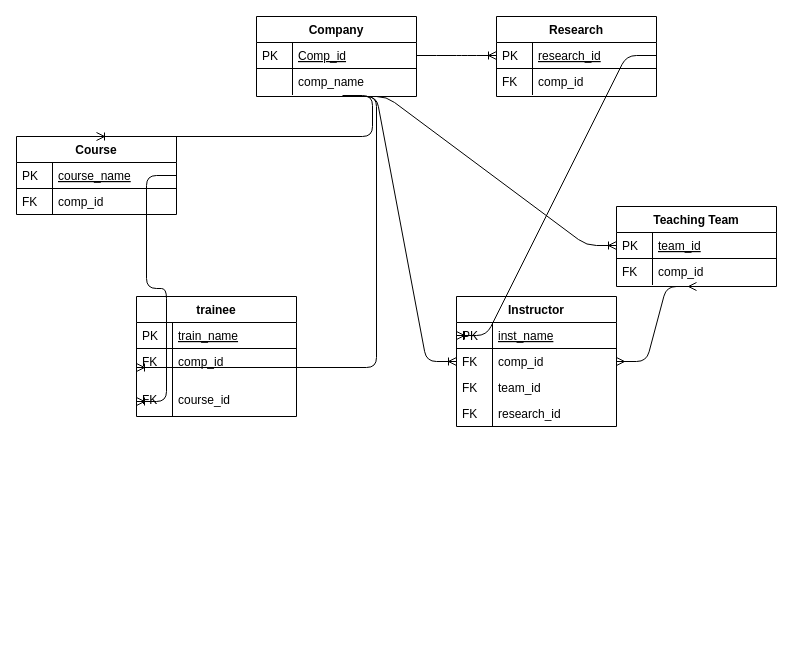
Earlier version of the draw.io diagram 4.drawio (ssd32033/Dteam). Source tidied: cells renumbered, new cells numbered last; positions are measured from the earlier drawing's top-left corner, leaving out a move shared by most shapes. Both pictures are drawn from the tidied source at 100%, with x=0, y=0 at pixel (16, 16).
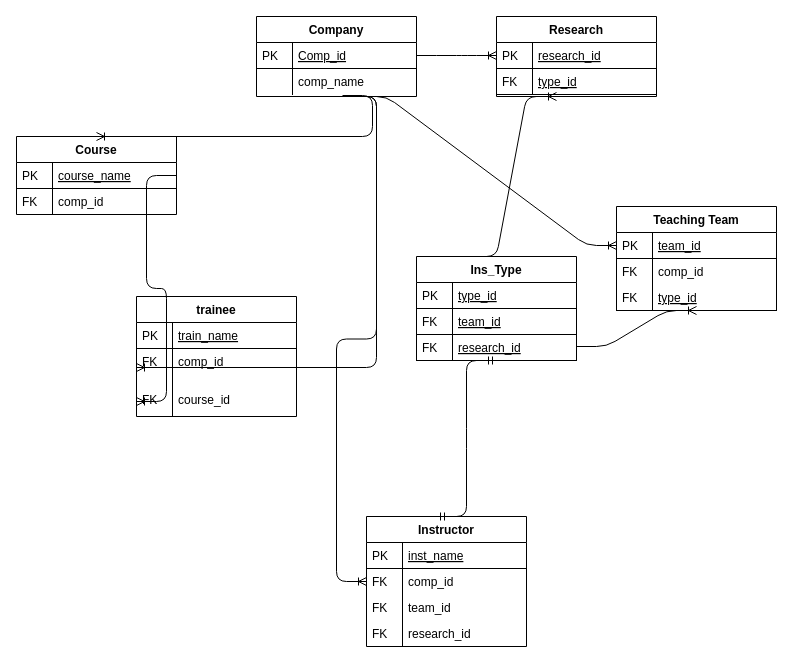
Above is the later version.

The change refers to these unchanged cells:
```xml
<mxCell id="13" value="inst_name" style="shape=partialRectangle;top=0;left=0;right=0;bottom=1;align=left;verticalAlign=top;fillColor=none;spacingLeft=40;spacingRight=4;overflow=hidden;points=[[0,0.5],[1,0.5]];portConstraint=eastwest;rounded=0;shadow=0;strokeWidth=1;fontStyle=4;" parent="12" vertex="1">
  <mxGeometry y="26" width="160" height="26" as="geometry" />
</mxCell>
<mxCell id="15" value="comp_id" style="shape=partialRectangle;top=0;left=0;right=0;bottom=0;align=left;verticalAlign=top;fillColor=none;spacingLeft=40;spacingRight=4;overflow=hidden;points=[[0,0.5],[1,0.5]];portConstraint=eastwest;rounded=0;shadow=0;strokeWidth=1;" parent="12" vertex="1">
  <mxGeometry y="52" width="160" height="26" as="geometry" />
</mxCell>
<mxCell id="39" value="Research" style="swimlane;fontStyle=1;horizontal=1;startSize=26;rounded=0;shadow=0;strokeWidth=1;" parent="1" vertex="1">
  <mxGeometry x="480" width="160" height="80" as="geometry" />
</mxCell>
<mxCell id="40" value="research_id" style="shape=partialRectangle;top=0;left=0;right=0;bottom=1;align=left;verticalAlign=top;fillColor=none;spacingLeft=40;spacingRight=4;overflow=hidden;points=[[0,0.5],[1,0.5]];portConstraint=eastwest;rounded=0;shadow=0;strokeWidth=1;fontStyle=4;" parent="39" vertex="1">
  <mxGeometry y="26" width="160" height="26" as="geometry" />
</mxCell>
```

The edit, as a diff of the source:
```diff
@@
     <mxCell id="12" value="Instructor" style="swimlane;fontStyle=1;horizontal=1;startSize=26;rounded=0;shadow=0;strokeWidth=1;" parent="1" vertex="1">
-      <mxGeometry x="440" y="280" width="160" height="130" as="geometry" />
+      <mxGeometry x="350" y="500" width="160" height="130" as="geometry" />
     </mxCell>
@@
     <mxCell id="28" value="Teaching Team" style="swimlane;fontStyle=1;horizontal=1;startSize=26;rounded=0;shadow=0;strokeWidth=1;" parent="1" vertex="1">
-      <mxGeometry x="600" y="190" width="160" height="80" as="geometry" />
+      <mxGeometry x="600" y="190" width="160" height="104" as="geometry" />
     </mxCell>
@@
+    <mxCell id="46" style="edgeStyle=entityRelationEdgeStyle;fontSize=12;html=1;endArrow=ERoneToMany;entryX=0.5;entryY=1;entryDx=0;entryDy=0;" parent="28" edge="1" target="28">
+      <mxGeometry relative="1" as="geometry">
+        <mxPoint x="-40" y="140" as="sourcePoint" />
+      </mxGeometry>
+    </mxCell>
+    <mxCell id="47" value="type_id&#10;" style="shape=partialRectangle;top=0;left=0;right=0;bottom=1;align=left;verticalAlign=top;fillColor=none;spacingLeft=40;spacingRight=4;overflow=hidden;rounded=0;shadow=0;strokeWidth=1;fontStyle=4;" parent="28" vertex="1">
+      <mxGeometry y="78" width="160" height="26" as="geometry" />
+    </mxCell>
+    <mxCell id="48" value="FK" style="shape=partialRectangle;top=0;left=0;bottom=0;fillColor=none;align=left;verticalAlign=top;spacingLeft=4;spacingRight=4;overflow=hidden;" parent="47" vertex="1">
+      <mxGeometry width="36" height="26" as="geometry" />
+    </mxCell>
@@
-    <mxCell id="38" style="edgeStyle=entityRelationEdgeStyle;fontSize=12;html=1;endArrow=ERmany;startArrow=ERmany;entryX=0.5;entryY=1;entryDx=0;entryDy=0;exitX=1;exitY=0.5;exitDx=0;exitDy=0;" parent="1" edge="1" source="15" target="28">
-      <mxGeometry relative="1" as="geometry" />
-    </mxCell>
@@
-    <mxCell id="42" value="comp_id" style="shape=partialRectangle;top=0;left=0;right=0;bottom=0;align=left;verticalAlign=top;fillColor=none;spacingLeft=40;spacingRight=4;overflow=hidden;rounded=0;shadow=0;strokeWidth=1;" parent="39" vertex="1">
-      <mxGeometry y="52" width="160" height="26" as="geometry" />
-    </mxCell>
-    <mxCell id="43" value="FK" style="shape=partialRectangle;top=0;left=0;bottom=0;fillColor=none;align=left;verticalAlign=top;spacingLeft=4;spacingRight=4;overflow=hidden;" parent="42" vertex="1">
-      <mxGeometry width="36" height="26" as="geometry" />
-    </mxCell>
+    <mxCell id="49" value="type_id&#10;" style="shape=partialRectangle;top=0;left=0;right=0;bottom=1;align=left;verticalAlign=top;fillColor=none;spacingLeft=40;spacingRight=4;overflow=hidden;rounded=0;shadow=0;strokeWidth=1;fontStyle=4;" parent="39" vertex="1">
+      <mxGeometry y="52" width="160" height="26" as="geometry" />
+    </mxCell>
+    <mxCell id="50" value="FK" style="shape=partialRectangle;top=0;left=0;bottom=0;fillColor=none;align=left;verticalAlign=top;spacingLeft=4;spacingRight=4;overflow=hidden;" parent="49" vertex="1">
+      <mxGeometry width="36" height="26" as="geometry" />
+    </mxCell>
@@
-    <mxCell id="45" style="edgeStyle=entityRelationEdgeStyle;fontSize=12;html=1;endArrow=ERoneToMany;entryX=0;entryY=0.5;entryDx=0;entryDy=0;exitX=1;exitY=0.5;exitDx=0;exitDy=0;" parent="1" edge="1" source="40" target="13">
-      <mxGeometry relative="1" as="geometry" />
-    </mxCell>
+    <mxCell id="51" value="Ins_Type" style="swimlane;fontStyle=1;horizontal=1;startSize=26;rounded=0;shadow=0;strokeWidth=1;" parent="1" vertex="1">
+      <mxGeometry x="400" y="240" width="160" height="104" as="geometry" />
+    </mxCell>
+    <mxCell id="52" value="type_id&#10;" style="shape=partialRectangle;top=0;left=0;right=0;bottom=1;align=left;verticalAlign=top;fillColor=none;spacingLeft=40;spacingRight=4;overflow=hidden;rounded=0;shadow=0;strokeWidth=1;fontStyle=4;" parent="51" vertex="1">
+      <mxGeometry y="26" width="160" height="26" as="geometry" />
+    </mxCell>
+    <mxCell id="53" value="PK" style="shape=partialRectangle;top=0;left=0;bottom=0;fillColor=none;align=left;verticalAlign=top;spacingLeft=4;spacingRight=4;overflow=hidden;" parent="52" vertex="1">
+      <mxGeometry width="36" height="26" as="geometry" />
+    </mxCell>
+    <mxCell id="54" value="team_id" style="shape=partialRectangle;top=0;left=0;right=0;bottom=1;align=left;verticalAlign=top;fillColor=none;spacingLeft=40;spacingRight=4;overflow=hidden;rounded=0;shadow=0;strokeWidth=1;fontStyle=4;" parent="51" vertex="1">
+      <mxGeometry y="52" width="160" height="26" as="geometry" />
+    </mxCell>
+    <mxCell id="55" value="FK" style="shape=partialRectangle;top=0;left=0;bottom=0;fillColor=none;align=left;verticalAlign=top;spacingLeft=4;spacingRight=4;overflow=hidden;" parent="54" vertex="1">
+      <mxGeometry width="36" height="26" as="geometry" />
+    </mxCell>
+    <mxCell id="56" value="research_id" style="shape=partialRectangle;top=0;left=0;right=0;bottom=1;align=left;verticalAlign=top;fillColor=none;spacingLeft=40;spacingRight=4;overflow=hidden;rounded=0;shadow=0;strokeWidth=1;fontStyle=4;" parent="51" vertex="1">
+      <mxGeometry y="78" width="160" height="26" as="geometry" />
+    </mxCell>
+    <mxCell id="57" value="FK" style="shape=partialRectangle;top=0;left=0;bottom=0;fillColor=none;align=left;verticalAlign=top;spacingLeft=4;spacingRight=4;overflow=hidden;" parent="56" vertex="1">
+      <mxGeometry width="36" height="26" as="geometry" />
+    </mxCell>
+    <mxCell id="58" style="edgeStyle=entityRelationEdgeStyle;fontSize=12;html=1;endArrow=ERmandOne;startArrow=ERmandOne;entryX=0.5;entryY=1;entryDx=0;entryDy=0;" parent="1" edge="1" target="51">
+      <mxGeometry relative="1" as="geometry">
+        <mxPoint x="420" y="500" as="sourcePoint" />
+      </mxGeometry>
+    </mxCell>
+    <mxCell id="59" style="edgeStyle=entityRelationEdgeStyle;fontSize=12;html=1;endArrow=ERoneToMany;entryX=0.375;entryY=1.077;entryDx=0;entryDy=0;entryPerimeter=0;" parent="1" edge="1">
+      <mxGeometry relative="1" as="geometry">
+        <mxPoint x="450" y="240" as="sourcePoint" />
+        <mxPoint x="540" y="80" as="targetPoint" />
+      </mxGeometry>
+    </mxCell>
```
